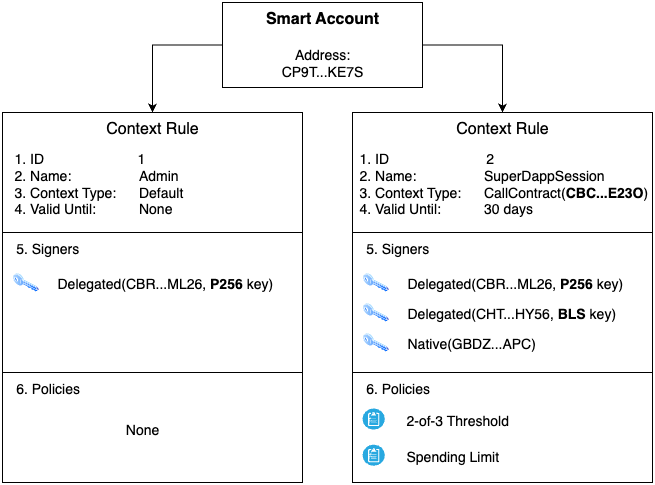
Earlier version of the draw.io export packages/accounts/docs/SmartAccount-ContextRules.png (OpenZeppelin/stellar-contracts). Source tidied: cells renumbered, new cells last; positions are measured from the earlier drawing's top-left corner, leaving out a move shared by most shapes.
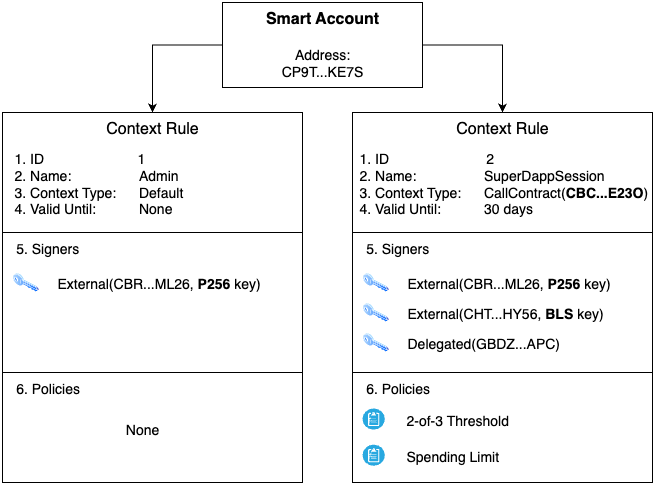
The same diagram one commit later.

The edit, as a diff of the source:
```diff
@@ -14,7 +14,7 @@
     <mxCell id="5" value="&lt;font style=&quot;font-size: 14px;&quot;&gt;&amp;nbsp; &amp;nbsp;5. Signers&lt;/font&gt;" style="rounded=0;whiteSpace=wrap;html=1;verticalAlign=top;fontSize=16;align=left;" parent="4" vertex="1">
       <mxGeometry width="300" height="140" as="geometry" />
     </mxCell>
-    <mxCell id="6" value="&lt;font style=&quot;font-size: 14px;&quot;&gt;&lt;span style=&quot;font-weight: normal;&quot;&gt;Delegated(CBR...ML26,&lt;/span&gt;&lt;span style=&quot;font-weight: 400;&quot;&gt;&amp;nbsp;&lt;/span&gt;P256 &lt;span style=&quot;font-weight: normal;&quot;&gt;key)&lt;/span&gt;&lt;/font&gt;" style="text;html=1;align=left;verticalAlign=middle;whiteSpace=wrap;rounded=0;fontStyle=1;fontSize=15;" parent="4" vertex="1">
+    <mxCell id="6" value="&lt;font style=&quot;font-size: 14px;&quot;&gt;&lt;span style=&quot;font-weight: normal;&quot;&gt;External(CBR...ML26,&lt;/span&gt;&lt;span style=&quot;font-weight: 400;&quot;&gt;&amp;nbsp;&lt;/span&gt;P256 &lt;span style=&quot;font-weight: normal;&quot;&gt;key)&lt;/span&gt;&lt;/font&gt;" style="text;html=1;align=left;verticalAlign=middle;whiteSpace=wrap;rounded=0;fontStyle=1;fontSize=15;" parent="4" vertex="1">
       <mxGeometry x="52.9" y="35" width="227.1" height="30" as="geometry" />
     </mxCell>
     <mxCell id="7" style="image;perimeter=ellipsePerimeter;html=1;align=center;shadow=0;dashed=0;spacingTop=3;image=img/lib/active_directory/key.svg;fontColor=#5BFF8C;" parent="4" vertex="1">
@@ -44,19 +44,19 @@
     <mxCell id="15" value="&lt;font style=&quot;font-size: 14px;&quot;&gt;&amp;nbsp; &amp;nbsp;5. Signers&lt;/font&gt;" style="rounded=0;whiteSpace=wrap;html=1;verticalAlign=top;fontSize=16;align=left;" parent="14" vertex="1">
       <mxGeometry width="300" height="140" as="geometry" />
     </mxCell>
-    <mxCell id="16" value="&lt;font style=&quot;font-size: 14px;&quot;&gt;&lt;span style=&quot;font-weight: normal;&quot;&gt;Delegated(CBR...ML26,&lt;/span&gt;&lt;span style=&quot;font-weight: 400;&quot;&gt;&amp;nbsp;&lt;/span&gt;P256 &lt;span style=&quot;font-weight: normal;&quot;&gt;key)&lt;/span&gt;&lt;/font&gt;" style="text;html=1;align=left;verticalAlign=middle;whiteSpace=wrap;rounded=0;fontStyle=1;fontSize=15;" parent="14" vertex="1">
+    <mxCell id="16" value="&lt;font style=&quot;font-size: 14px;&quot;&gt;&lt;span style=&quot;font-weight: 400;&quot;&gt;External&lt;/span&gt;&lt;span style=&quot;font-weight: normal;&quot;&gt;(CBR...ML26,&lt;/span&gt;&lt;span style=&quot;font-weight: 400;&quot;&gt;&amp;nbsp;&lt;/span&gt;P256 &lt;span style=&quot;font-weight: normal;&quot;&gt;key)&lt;/span&gt;&lt;/font&gt;" style="text;html=1;align=left;verticalAlign=middle;whiteSpace=wrap;rounded=0;fontStyle=1;fontSize=15;" parent="14" vertex="1">
       <mxGeometry x="52.9" y="35" width="227.1" height="30" as="geometry" />
     </mxCell>
     <mxCell id="17" style="image;perimeter=ellipsePerimeter;html=1;align=center;shadow=0;dashed=0;spacingTop=3;image=img/lib/active_directory/key.svg;fontColor=#5BFF8C;" parent="14" vertex="1">
       <mxGeometry x="10" y="40.1" width="26.8" height="19.9" as="geometry" />
     </mxCell>
-    <mxCell id="18" value="&lt;font style=&quot;font-size: 14px;&quot;&gt;&lt;span style=&quot;font-weight: normal;&quot;&gt;Delegated(&lt;/span&gt;&lt;span style=&quot;font-size: 12px; font-weight: normal;&quot;&gt;&lt;font style=&quot;font-size: 14px;&quot;&gt;CHT...HY56&lt;/font&gt;&lt;/span&gt;&lt;span style=&quot;font-weight: normal;&quot;&gt;,&lt;/span&gt;&lt;span style=&quot;font-weight: 400;&quot;&gt;&amp;nbsp;&lt;/span&gt;BLS&amp;nbsp;&lt;span style=&quot;font-weight: normal;&quot;&gt;key)&lt;/span&gt;&lt;/font&gt;" style="text;html=1;align=left;verticalAlign=middle;whiteSpace=wrap;rounded=0;fontStyle=1;fontSize=15;" parent="14" vertex="1">
+    <mxCell id="18" value="&lt;font style=&quot;font-size: 14px;&quot;&gt;&lt;span style=&quot;font-weight: 400;&quot;&gt;External&lt;/span&gt;&lt;span style=&quot;font-weight: normal;&quot;&gt;(&lt;/span&gt;&lt;span style=&quot;font-size: 12px; font-weight: normal;&quot;&gt;&lt;font style=&quot;font-size: 14px;&quot;&gt;CHT...HY56&lt;/font&gt;&lt;/span&gt;&lt;span style=&quot;font-weight: normal;&quot;&gt;,&lt;/span&gt;&lt;span style=&quot;font-weight: 400;&quot;&gt;&amp;nbsp;&lt;/span&gt;BLS&amp;nbsp;&lt;span style=&quot;font-weight: normal;&quot;&gt;key)&lt;/span&gt;&lt;/font&gt;" style="text;html=1;align=left;verticalAlign=middle;whiteSpace=wrap;rounded=0;fontStyle=1;fontSize=15;" parent="14" vertex="1">
       <mxGeometry x="52.9" y="65" width="211.8" height="30" as="geometry" />
     </mxCell>
     <mxCell id="19" style="image;perimeter=ellipsePerimeter;html=1;align=center;shadow=0;dashed=0;spacingTop=3;image=img/lib/active_directory/key.svg;fontColor=#5BFF8C;" parent="14" vertex="1">
       <mxGeometry x="10" y="70.1" width="26.8" height="19.9" as="geometry" />
     </mxCell>
-    <mxCell id="20" value="&lt;font style=&quot;font-size: 14px;&quot;&gt;&lt;span style=&quot;font-weight: 400;&quot;&gt;Native(&lt;/span&gt;&lt;span style=&quot;font-weight: 400; text-align: center;&quot;&gt;G&lt;/span&gt;&lt;span style=&quot;font-weight: 400; text-align: center;&quot;&gt;BDZ...APC&lt;/span&gt;&lt;span style=&quot;font-weight: 400;&quot;&gt;)&lt;/span&gt;&lt;/font&gt;" style="text;html=1;align=left;verticalAlign=middle;whiteSpace=wrap;rounded=0;fontStyle=1;fontSize=15;" parent="14" vertex="1">
+    <mxCell id="20" value="&lt;font style=&quot;font-size: 14px;&quot;&gt;&lt;span style=&quot;font-weight: 400;&quot;&gt;Delegated(&lt;/span&gt;&lt;span style=&quot;font-weight: 400; text-align: center;&quot;&gt;G&lt;/span&gt;&lt;span style=&quot;font-weight: 400; text-align: center;&quot;&gt;BDZ...APC&lt;/span&gt;&lt;span style=&quot;font-weight: 400;&quot;&gt;)&lt;/span&gt;&lt;/font&gt;" style="text;html=1;align=left;verticalAlign=middle;whiteSpace=wrap;rounded=0;fontStyle=1;fontSize=15;" parent="14" vertex="1">
       <mxGeometry x="52.9" y="95" width="211.8" height="30" as="geometry" />
     </mxCell>
     <mxCell id="21" style="image;perimeter=ellipsePerimeter;html=1;align=center;shadow=0;dashed=0;spacingTop=3;image=img/lib/active_directory/key.svg;fontColor=#5BFF8C;" parent="14" vertex="1">
```
